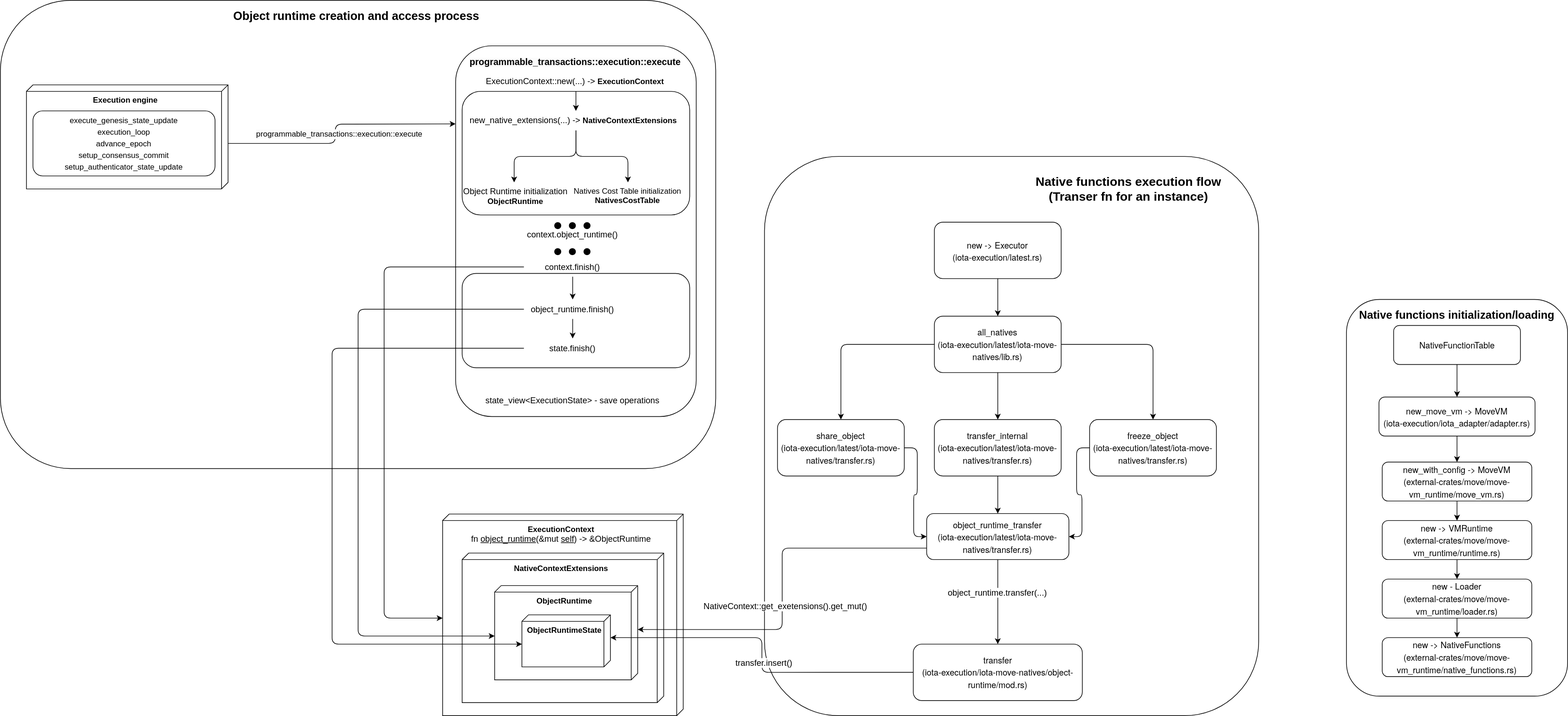
The draw.io diagram docs/content/execution_architecture/images/native_fns_flow.svg in rafnixschaf/iota, before a commit. Source tidied: cells renumbered, new cells last; positions are measured from the earlier drawing's top-left corner, leaving out a move shared by most shapes.
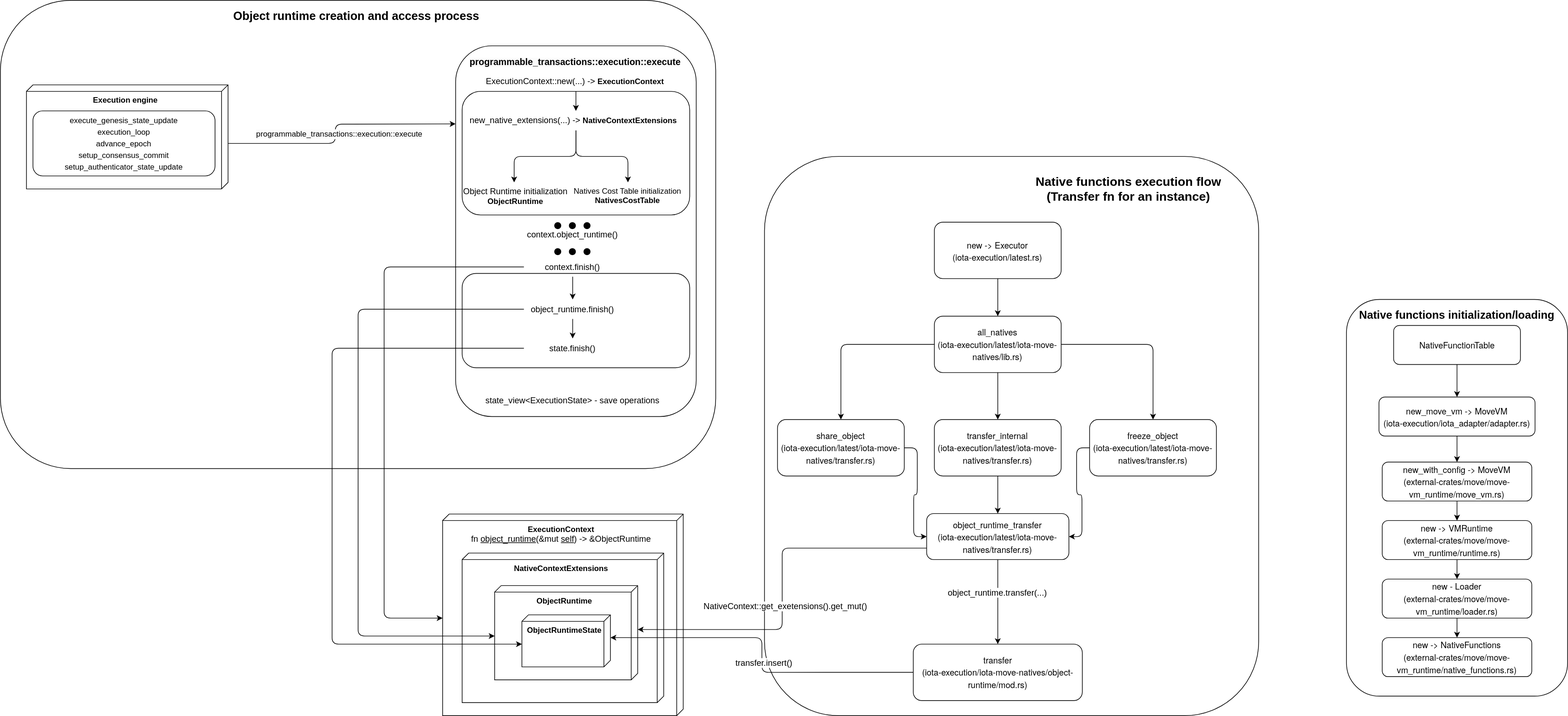
After the change.

Commit message:
fix(docs): documentation spell check fixed (#607)

Diff of the diagram source:
```diff
@@ -125,7 +125,7 @@
     <mxCell id="40" value="&lt;p style=&quot;margin: 0px; font-style: normal; font-variant-caps: normal; font-stretch: normal; font-size: 13px; line-height: normal; font-family: &amp;quot;Helvetica Neue&amp;quot;; font-size-adjust: none; font-kerning: auto; font-variant-alternates: normal; font-variant-ligatures: normal; font-variant-numeric: normal; font-variant-east-asian: normal; font-variant-position: normal; font-feature-settings: normal; font-optical-sizing: auto; font-variation-settings: normal;&quot;&gt;freeze_object&lt;/p&gt;&lt;p style=&quot;margin: 0px; font-style: normal; font-variant-caps: normal; font-stretch: normal; font-size: 13px; line-height: normal; font-family: &amp;quot;Helvetica Neue&amp;quot;; font-size-adjust: none; font-kerning: auto; font-variant-alternates: normal; font-variant-ligatures: normal; font-variant-numeric: normal; font-variant-east-asian: normal; font-variant-position: normal; font-feature-settings: normal; font-optical-sizing: auto; font-variation-settings: normal;&quot;&gt;(iota-execution/latest/iota-move-natives/transfer.rs)&lt;br&gt;&lt;/p&gt;" style="rounded=1;whiteSpace=wrap;html=1;hachureGap=4;fontFamily=Architects Daughter;fontSource=https%3A%2F%2Ffonts.googleapis.com%2Fcss%3Ffamily%3DArchitects%2BDaughter;glass=0;" parent="23" vertex="1">
       <mxGeometry x="500" y="404.7" width="195" height="86.7" as="geometry" />
     </mxCell>
-    <mxCell id="41" value="&lt;font style=&quot;font-size: 19px;&quot;&gt;&lt;b&gt;&lt;font style=&quot;font-size: 19px;&quot; face=&quot;Helvetica&quot;&gt;Native functions &lt;/font&gt;&lt;font style=&quot;font-size: 19px;&quot; face=&quot;Helvetica&quot;&gt;execution flow&lt;/font&gt;&lt;/b&gt;&lt;/font&gt;&lt;div&gt;&lt;font style=&quot;font-size: 19px;&quot;&gt;&lt;font style=&quot;font-size: 19px;&quot; face=&quot;Helvetica&quot;&gt;&lt;b&gt;(Transer fn for an instance)&lt;/b&gt;&lt;/font&gt;&lt;/font&gt;&lt;/div&gt;" style="text;html=1;align=center;verticalAlign=middle;whiteSpace=wrap;rounded=1;fontFamily=Architects Daughter;fontSource=https%3A%2F%2Ffonts.googleapis.com%2Fcss%3Ffamily%3DArchitects%2BDaughter;" parent="23" vertex="1">
+    <mxCell id="41" value="&lt;font style=&quot;font-size: 19px;&quot;&gt;&lt;b&gt;&lt;font style=&quot;font-size: 19px;&quot; face=&quot;Helvetica&quot;&gt;Native functions &lt;/font&gt;&lt;font style=&quot;font-size: 19px;&quot; face=&quot;Helvetica&quot;&gt;execution flow&lt;/font&gt;&lt;/b&gt;&lt;/font&gt;&lt;div&gt;&lt;font style=&quot;font-size: 19px;&quot;&gt;&lt;font style=&quot;font-size: 19px;&quot; face=&quot;Helvetica&quot;&gt;&lt;b&gt;(Transfer fn for an instance)&lt;/b&gt;&lt;/font&gt;&lt;/font&gt;&lt;/div&gt;" style="text;html=1;align=center;verticalAlign=middle;whiteSpace=wrap;rounded=1;fontFamily=Architects Daughter;fontSource=https%3A%2F%2Ffonts.googleapis.com%2Fcss%3Ffamily%3DArchitects%2BDaughter;" parent="23" vertex="1">
       <mxGeometry x="370" y="14.5" width="380" height="72.3" as="geometry" />
     </mxCell>
     <mxCell id="42" style="group;" parent="1" vertex="1">
```
